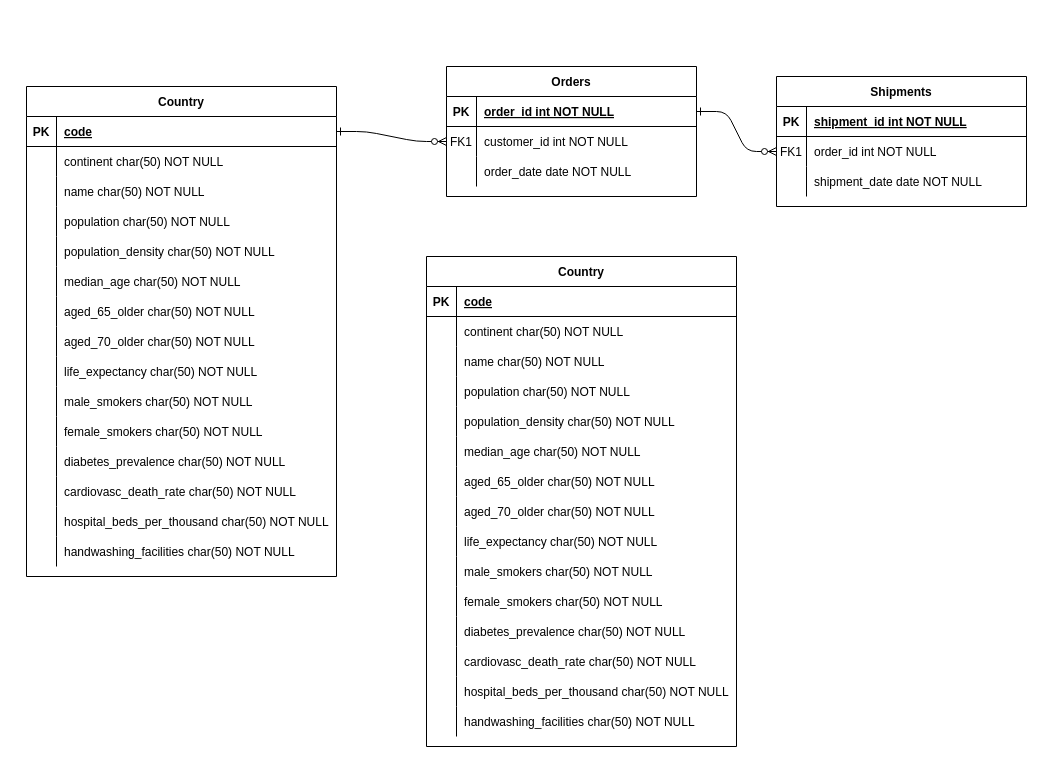
The draw.io diagram bda/Untitled Diagram.drawio in elhadjhamlaoui/bda, before the edit. Source tidied: cells renumbered, new cells numbered last; positions are measured from the earlier drawing's top-left corner, leaving out a move shared by most shapes. Both pictures are drawn from the tidied source at 100%, with x=0, y=0 at pixel (26, 66).
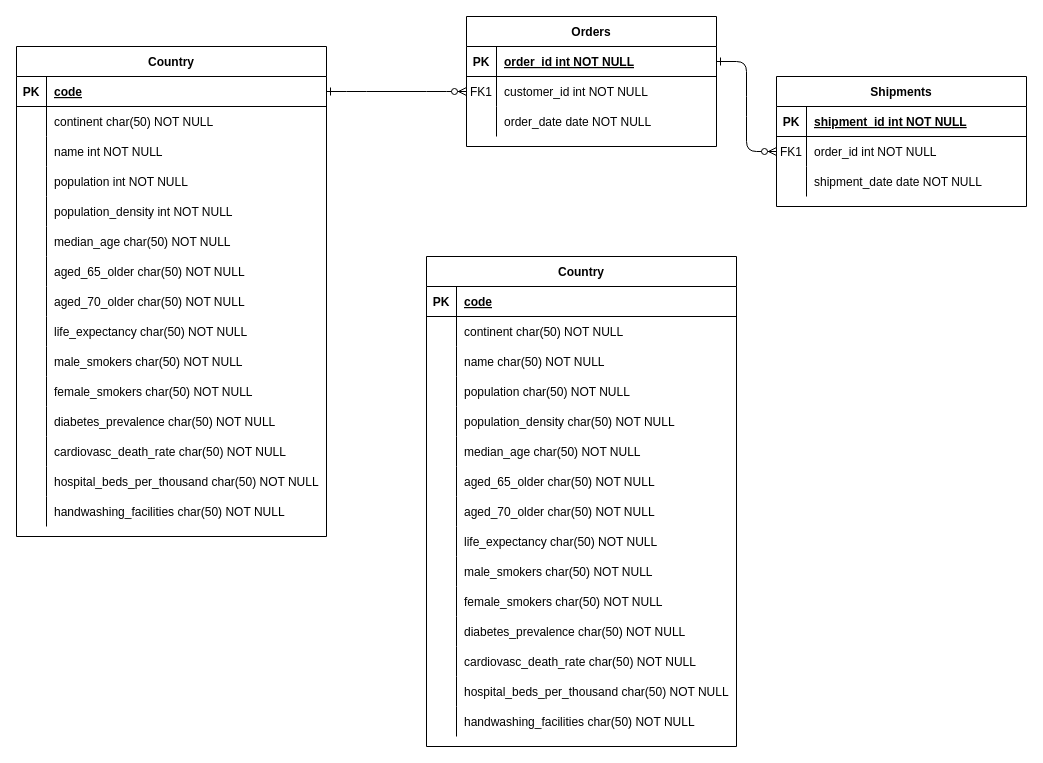
After the change.

The change refers to these unchanged cells:
```xml
<mxCell id="31" style="shape=partialRectangle;fillColor=none;top=0;left=0;bottom=0;right=0;" parent="24" vertex="1">
  <mxGeometry y="90" width="310" height="30" as="geometry" />
</mxCell>
<mxCell id="34" style="shape=partialRectangle;fillColor=none;top=0;left=0;bottom=0;right=0;" parent="24" vertex="1">
  <mxGeometry y="120" width="310" height="30" as="geometry" />
</mxCell>
<mxCell id="37" style="shape=partialRectangle;fillColor=none;top=0;left=0;bottom=0;right=0;" parent="24" vertex="1">
  <mxGeometry y="150" width="310" height="30" as="geometry" />
</mxCell>
```

The edit, as a diff of the source:
```diff
@@
     <mxCell id="4" value="Orders" style="shape=table;startSize=30;childLayout=tableLayout;rowLines=0;fontStyle=1;align=center;" parent="1" vertex="1">
-      <mxGeometry x="420" width="250" height="130" as="geometry" />
+      <mxGeometry x="440" y="-50" width="250" height="130" as="geometry" />
     </mxCell>
@@
     <mxCell id="24" value="Country" style="shape=table;startSize=30;childLayout=tableLayout;rowLines=0;fontStyle=1;align=center;" parent="1" vertex="1">
-      <mxGeometry y="20" width="310" height="490" as="geometry" />
+      <mxGeometry x="-10" y="-20" width="310" height="490" as="geometry" />
     </mxCell>
@@
-    <mxCell id="33" value="name char(50) NOT NULL" style="shape=partialRectangle;fillColor=none;top=0;left=0;bottom=0;right=0;align=left;spacingLeft=6;overflow=hidden;" parent="31" vertex="1">
+    <mxCell id="33" value="name int NOT NULL" style="shape=partialRectangle;fillColor=none;top=0;left=0;bottom=0;right=0;align=left;spacingLeft=6;overflow=hidden;" parent="31" vertex="1">
       <mxGeometry x="30" width="280" height="30" as="geometry" />
     </mxCell>
@@
-    <mxCell id="36" value="population char(50) NOT NULL" style="shape=partialRectangle;fillColor=none;top=0;left=0;bottom=0;right=0;align=left;spacingLeft=6;overflow=hidden;" parent="34" vertex="1">
+    <mxCell id="36" value="population int NOT NULL" style="shape=partialRectangle;fillColor=none;top=0;left=0;bottom=0;right=0;align=left;spacingLeft=6;overflow=hidden;" parent="34" vertex="1">
       <mxGeometry x="30" width="280" height="30" as="geometry" />
     </mxCell>
@@
-    <mxCell id="39" value="population_density char(50) NOT NULL" style="shape=partialRectangle;fillColor=none;top=0;left=0;bottom=0;right=0;align=left;spacingLeft=6;overflow=hidden;" parent="37" vertex="1">
+    <mxCell id="39" value="population_density int NOT NULL" style="shape=partialRectangle;fillColor=none;top=0;left=0;bottom=0;right=0;align=left;spacingLeft=6;overflow=hidden;" parent="37" vertex="1">
       <mxGeometry x="30" width="280" height="30" as="geometry" />
     </mxCell>
```
